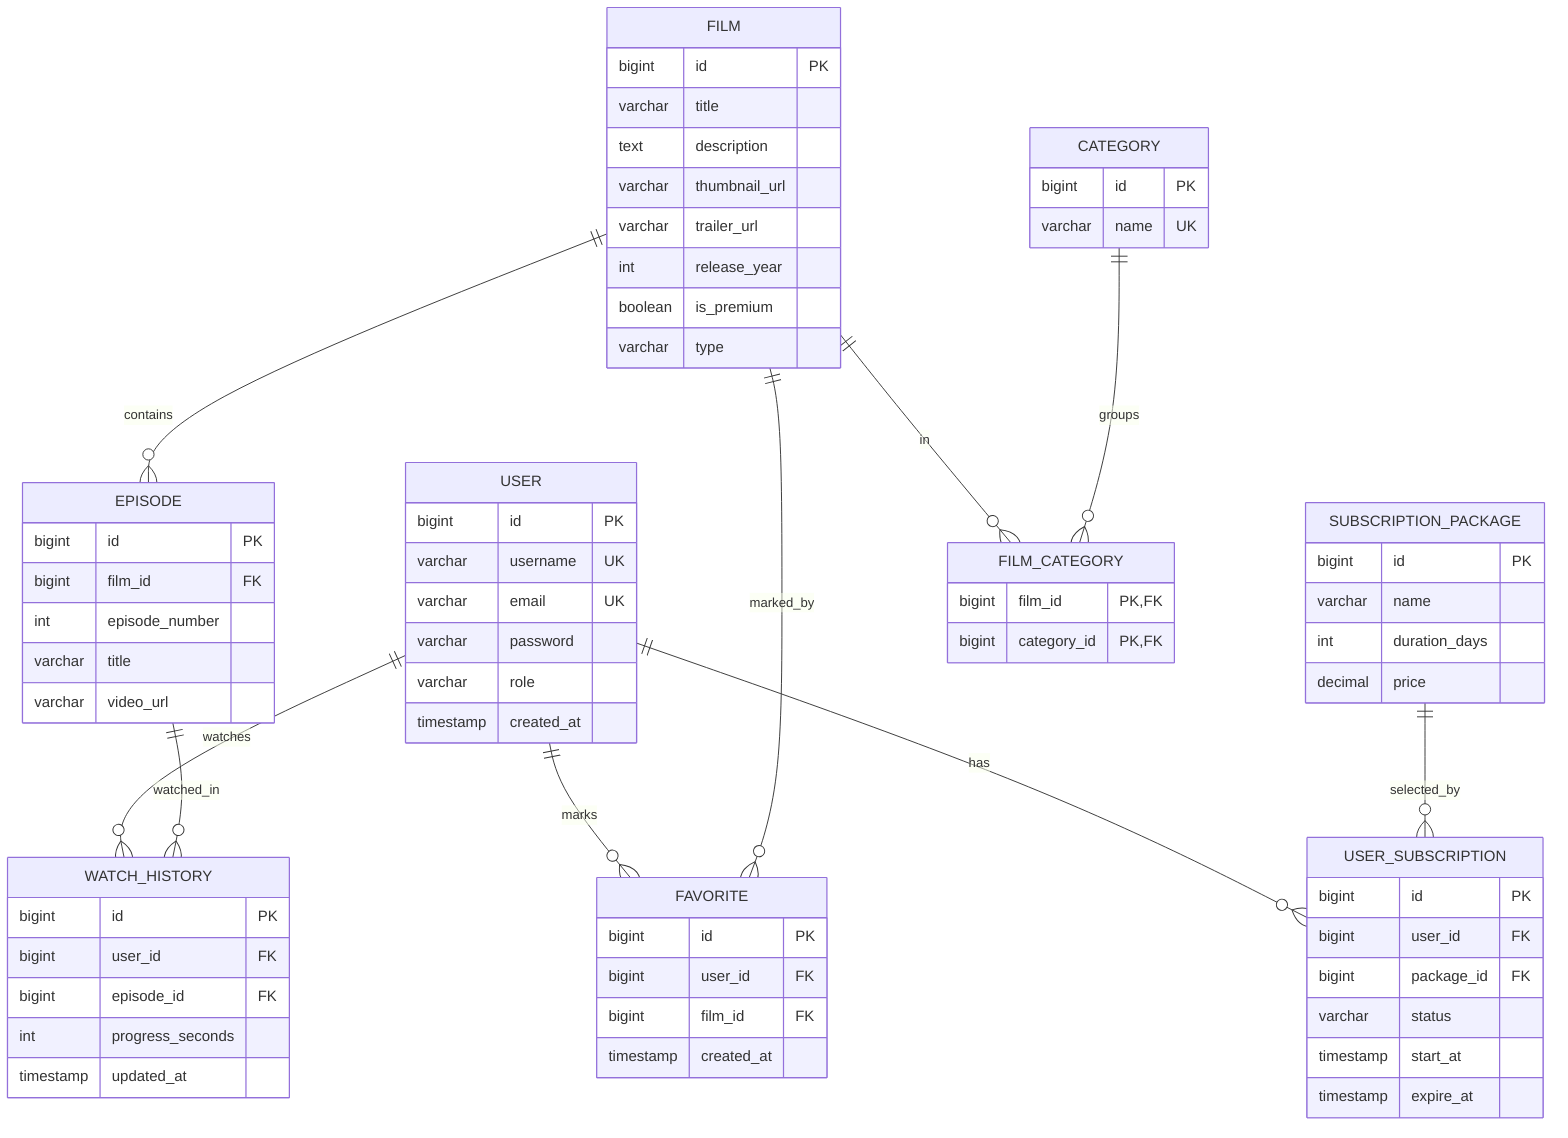
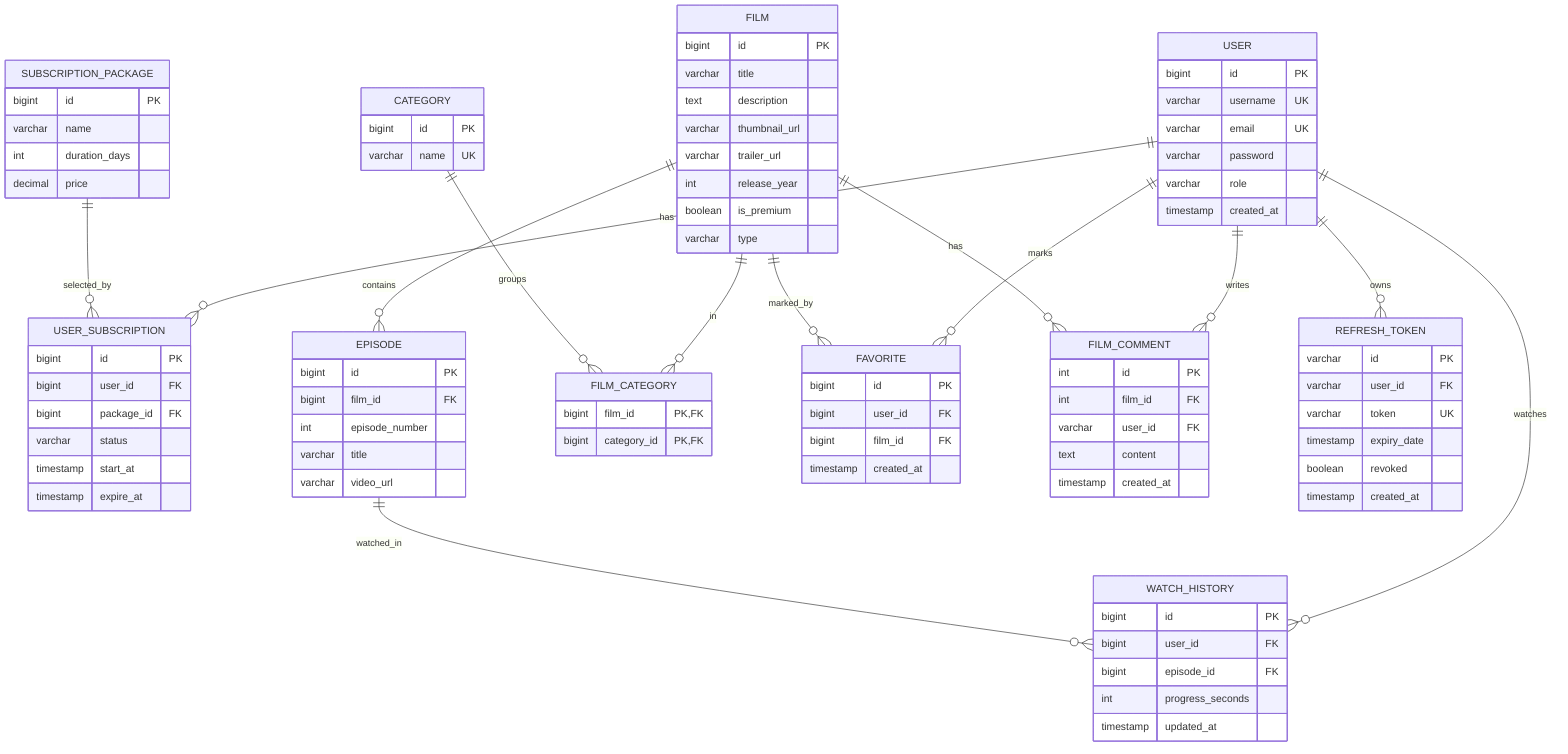
%%{init: {"theme": "default"}}%%
erDiagram
    USER {
        bigint id PK
        varchar username UK
        varchar email UK
        varchar password
        varchar role
        timestamp created_at
    }
    SUBSCRIPTION_PACKAGE {
        bigint id PK
        varchar name
        int duration_days
        decimal price
    }
    USER_SUBSCRIPTION {
        bigint id PK
        bigint user_id FK
        bigint package_id FK
        varchar status
        timestamp start_at
        timestamp expire_at
    }
    FILM {
        bigint id PK
        varchar title
        text description
        varchar thumbnail_url
        varchar trailer_url
        int release_year
        boolean is_premium
        varchar type
    }
    EPISODE {
        bigint id PK
        bigint film_id FK
        int episode_number
        varchar title
        varchar video_url
    }
    CATEGORY {
        bigint id PK
        varchar name UK
    }
    FILM_CATEGORY {
        bigint film_id PK,FK
        bigint category_id PK,FK
    }
    FAVORITE {
        bigint id PK
        bigint user_id FK
        bigint film_id FK
        timestamp created_at
    }
    WATCH_HISTORY {
        bigint id PK
        bigint user_id FK
        bigint episode_id FK
        int progress_seconds
        timestamp updated_at
    }
+     FILM_COMMENT {
+         int id PK
+         int film_id FK
+         varchar user_id FK
+         text content
+         timestamp created_at
+     }
+     REFRESH_TOKEN {
+         varchar id PK
+         varchar user_id FK
+         varchar token UK
+         timestamp expiry_date
+         boolean revoked
+         timestamp created_at
+     }

    USER ||--o{ USER_SUBSCRIPTION : has
    SUBSCRIPTION_PACKAGE ||--o{ USER_SUBSCRIPTION : selected_by
    FILM ||--o{ EPISODE : contains
    FILM ||--o{ FILM_CATEGORY : in
    CATEGORY ||--o{ FILM_CATEGORY : groups
    USER ||--o{ FAVORITE : marks
    FILM ||--o{ FAVORITE : marked_by
    USER ||--o{ WATCH_HISTORY : watches
    EPISODE ||--o{ WATCH_HISTORY : watched_in
+     USER ||--o{ REFRESH_TOKEN : owns
+     USER ||--o{ FILM_COMMENT : writes
+     FILM ||--o{ FILM_COMMENT : has
